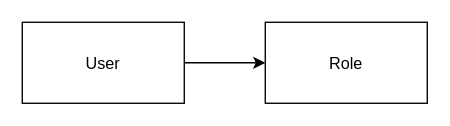
The draw.io diagram docs/microservices/auth-service/erd.drawio in Defi-Oracle-Tooling/SolaceNet_Monorepo, before the edit. Source tidied: cells renumbered, new cells numbered last; positions are measured from the earlier drawing's top-left corner, leaving out a move shared by most shapes. Both pictures are drawn from the tidied source at 135%, with x=0, y=0 at pixel (22, 22).
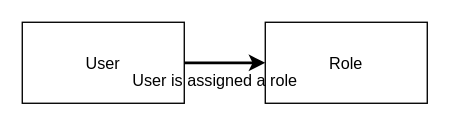
The same diagram, later.

The edit, as a diff of the source:
```diff
@@
 <mxGraphModel>
   <root>
     <mxCell id="0" />
     <mxCell id="1" parent="0" />
     <mxCell id="2" value="User" style="shape=rectangle;" parent="1" vertex="1">
       <mxGeometry width="120" height="60" as="geometry" />
     </mxCell>
     <mxCell id="3" value="Role" style="shape=rectangle;" parent="1" vertex="1">
       <mxGeometry x="180" width="120" height="60" as="geometry" />
     </mxCell>
-    <mxCell id="4" parent="1" edge="1" source="2" target="3">
+    <mxCell id="4" style="edgeStyle=orthogonalEdgeStyle;rounded=1;strokeColor=#000000;strokeWidth=2;" parent="1" edge="1" source="2" target="3">
       <mxGeometry relative="1" as="geometry" />
     </mxCell>
+    <mxCell id="5" value="User is assigned a role" style="text;strokeColor=none;fillColor=none;fontSize=12;" parent="1" vertex="1">
+      <mxGeometry x="80" y="30" width="200" height="20" as="geometry" />
+    </mxCell>
   </root>
 </mxGraphModel>
```
